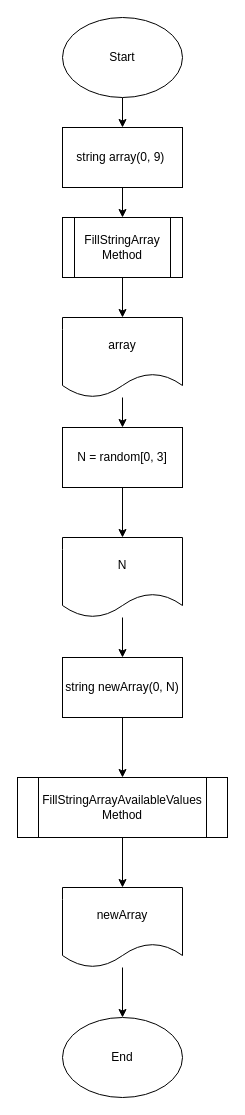
Earlier version of the draw.io diagram page "Main algorithm" (1 of 4) of Block_diagram.drawio (RumyancevaOlga/Final_verification_test). Source tidied: cells renumbered, new cells numbered last; positions are measured from the earlier drawing's top-left corner, leaving out a move shared by most shapes. Both pictures are drawn from the tidied source at 100%, with x=0, y=0 at pixel (17, 17).
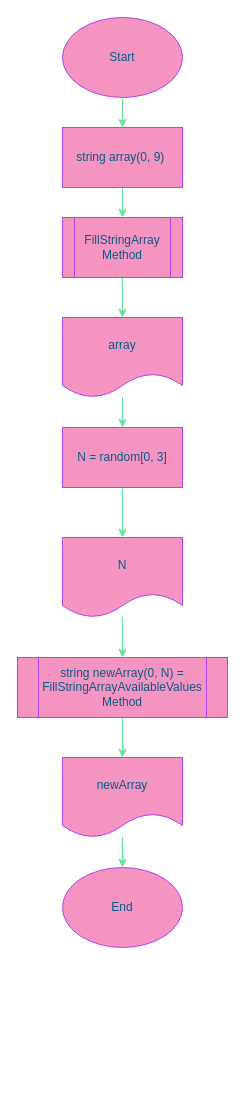
Above is the later version.

Commit message (it also covers changes not shown here):
Add FillStrimgArrayAvailables method everywhere and add changes to files

The edit, as a diff of the source:
```diff
@@
-    <mxCell id="2" style="edgeStyle=none;html=1;" parent="1" edge="1" source="3" target="7">
+    <mxCell id="2" style="edgeStyle=none;html=1;strokeColor=#60E696;fontColor=#095C86;" parent="1" edge="1" source="3" target="7">
       <mxGeometry relative="1" as="geometry" />
     </mxCell>
-    <mxCell id="3" value="Start" style="ellipse;whiteSpace=wrap;html=1;" parent="1" vertex="1">
+    <mxCell id="3" value="Start" style="ellipse;whiteSpace=wrap;html=1;fillColor=#F694C1;strokeColor=#AF45ED;fontColor=#095C86;" parent="1" vertex="1">
       <mxGeometry x="45" width="120" height="80" as="geometry" />
     </mxCell>
-    <mxCell id="4" style="edgeStyle=none;html=1;" parent="1" edge="1" source="5" target="15">
+    <mxCell id="4" style="edgeStyle=none;html=1;strokeColor=#60E696;fontColor=#095C86;" parent="1" edge="1" source="5" target="15">
       <mxGeometry relative="1" as="geometry" />
     </mxCell>
-    <mxCell id="5" value="FillStringArray Method" style="shape=process;whiteSpace=wrap;html=1;backgroundOutline=1;" parent="1" vertex="1">
+    <mxCell id="5" value="FillStringArray Method" style="shape=process;whiteSpace=wrap;html=1;backgroundOutline=1;fillColor=#F694C1;strokeColor=#AF45ED;fontColor=#095C86;" parent="1" vertex="1">
       <mxGeometry x="45" y="200" width="120" height="60" as="geometry" />
     </mxCell>
-    <mxCell id="6" style="edgeStyle=none;html=1;" parent="1" edge="1" source="7" target="5">
+    <mxCell id="6" style="edgeStyle=none;html=1;strokeColor=#60E696;fontColor=#095C86;" parent="1" edge="1" source="7" target="5">
       <mxGeometry relative="1" as="geometry" />
     </mxCell>
-    <mxCell id="7" value="string array(0, 9)&amp;nbsp;" style="rounded=0;whiteSpace=wrap;html=1;" parent="1" vertex="1">
+    <mxCell id="7" value="string array(0, 9)&amp;nbsp;" style="rounded=0;whiteSpace=wrap;html=1;fillColor=#F694C1;strokeColor=#AF45ED;fontColor=#095C86;" parent="1" vertex="1">
       <mxGeometry x="45" y="110" width="120" height="60" as="geometry" />
     </mxCell>
-    <mxCell id="8" style="edgeStyle=none;html=1;" parent="1" edge="1" source="9" target="17">
+    <mxCell id="8" style="edgeStyle=none;html=1;strokeColor=#60E696;fontColor=#095C86;" parent="1" edge="1" source="9" target="17">
       <mxGeometry relative="1" as="geometry" />
     </mxCell>
-    <mxCell id="9" value="N = random[0, 3]" style="rounded=0;whiteSpace=wrap;html=1;" parent="1" vertex="1">
+    <mxCell id="9" value="N = random[0, 3]" style="rounded=0;whiteSpace=wrap;html=1;fillColor=#F694C1;strokeColor=#AF45ED;fontColor=#095C86;" parent="1" vertex="1">
       <mxGeometry x="45" y="410" width="120" height="60" as="geometry" />
     </mxCell>
-    <mxCell id="10" style="edgeStyle=none;html=1;" parent="1" edge="1" source="11" target="13">
-      <mxGeometry relative="1" as="geometry" />
-    </mxCell>
-    <mxCell id="11" value="string newArray(0, N)" style="rounded=0;whiteSpace=wrap;html=1;" parent="1" vertex="1">
-      <mxGeometry x="45" y="640" width="120" height="60" as="geometry" />
-    </mxCell>
-    <mxCell id="12" style="edgeStyle=none;html=1;" parent="1" edge="1" source="13" target="19">
+    <mxCell id="12" style="edgeStyle=none;html=1;strokeColor=#60E696;fontColor=#095C86;" parent="1" edge="1" source="13" target="19">
       <mxGeometry relative="1" as="geometry" />
     </mxCell>
-    <mxCell id="13" value="FillStringArrayAvailableValues&lt;br&gt;Method" style="shape=process;whiteSpace=wrap;html=1;backgroundOutline=1;" parent="1" vertex="1">
-      <mxGeometry y="760" width="210" height="60" as="geometry" />
+    <mxCell id="13" value="string newArray(0, N) = FillStringArrayAvailableValues&lt;br&gt;Method" style="shape=process;whiteSpace=wrap;html=1;backgroundOutline=1;fillColor=#F694C1;strokeColor=#AF45ED;fontColor=#095C86;" parent="1" vertex="1">
+      <mxGeometry y="640" width="210" height="60" as="geometry" />
     </mxCell>
-    <mxCell id="14" style="edgeStyle=none;html=1;" parent="1" edge="1" source="15" target="9">
+    <mxCell id="14" style="edgeStyle=none;html=1;strokeColor=#60E696;fontColor=#095C86;" parent="1" edge="1" source="15" target="9">
       <mxGeometry relative="1" as="geometry" />
     </mxCell>
-    <mxCell id="15" value="array" style="shape=document;whiteSpace=wrap;html=1;boundedLbl=1;" parent="1" vertex="1">
+    <mxCell id="15" value="array" style="shape=document;whiteSpace=wrap;html=1;boundedLbl=1;fillColor=#F694C1;strokeColor=#AF45ED;fontColor=#095C86;" parent="1" vertex="1">
       <mxGeometry x="45" y="300" width="120" height="80" as="geometry" />
     </mxCell>
-    <mxCell id="16" style="edgeStyle=none;html=1;" parent="1" edge="1" source="17" target="11">
-      <mxGeometry relative="1" as="geometry" />
+    <mxCell id="16" style="edgeStyle=none;html=1;strokeColor=#60E696;fontColor=#095C86;" parent="1" edge="1" source="17">
+      <mxGeometry relative="1" as="geometry">
+        <mxPoint x="105" y="640" as="targetPoint" />
+      </mxGeometry>
     </mxCell>
-    <mxCell id="17" value="N" style="shape=document;whiteSpace=wrap;html=1;boundedLbl=1;" parent="1" vertex="1">
+    <mxCell id="17" value="N" style="shape=document;whiteSpace=wrap;html=1;boundedLbl=1;fillColor=#F694C1;strokeColor=#AF45ED;fontColor=#095C86;" parent="1" vertex="1">
       <mxGeometry x="45" y="520" width="120" height="80" as="geometry" />
     </mxCell>
-    <mxCell id="18" style="edgeStyle=none;html=1;" parent="1" edge="1" source="19" target="20">
+    <mxCell id="18" style="edgeStyle=none;html=1;strokeColor=#60E696;fontColor=#095C86;" parent="1" edge="1" source="19" target="20">
       <mxGeometry relative="1" as="geometry" />
     </mxCell>
-    <mxCell id="19" value="newArray" style="shape=document;whiteSpace=wrap;html=1;boundedLbl=1;" parent="1" vertex="1">
-      <mxGeometry x="45" y="870" width="120" height="80" as="geometry" />
+    <mxCell id="19" value="newArray" style="shape=document;whiteSpace=wrap;html=1;boundedLbl=1;fillColor=#F694C1;strokeColor=#AF45ED;fontColor=#095C86;" parent="1" vertex="1">
+      <mxGeometry x="45" y="740" width="120" height="80" as="geometry" />
     </mxCell>
-    <mxCell id="20" value="End" style="ellipse;whiteSpace=wrap;html=1;" parent="1" vertex="1">
-      <mxGeometry x="45" y="1000" width="120" height="80" as="geometry" />
+    <mxCell id="20" value="End" style="ellipse;whiteSpace=wrap;html=1;fillColor=#F694C1;strokeColor=#AF45ED;fontColor=#095C86;" parent="1" vertex="1">
+      <mxGeometry x="45" y="850" width="120" height="80" as="geometry" />
     </mxCell>
```
